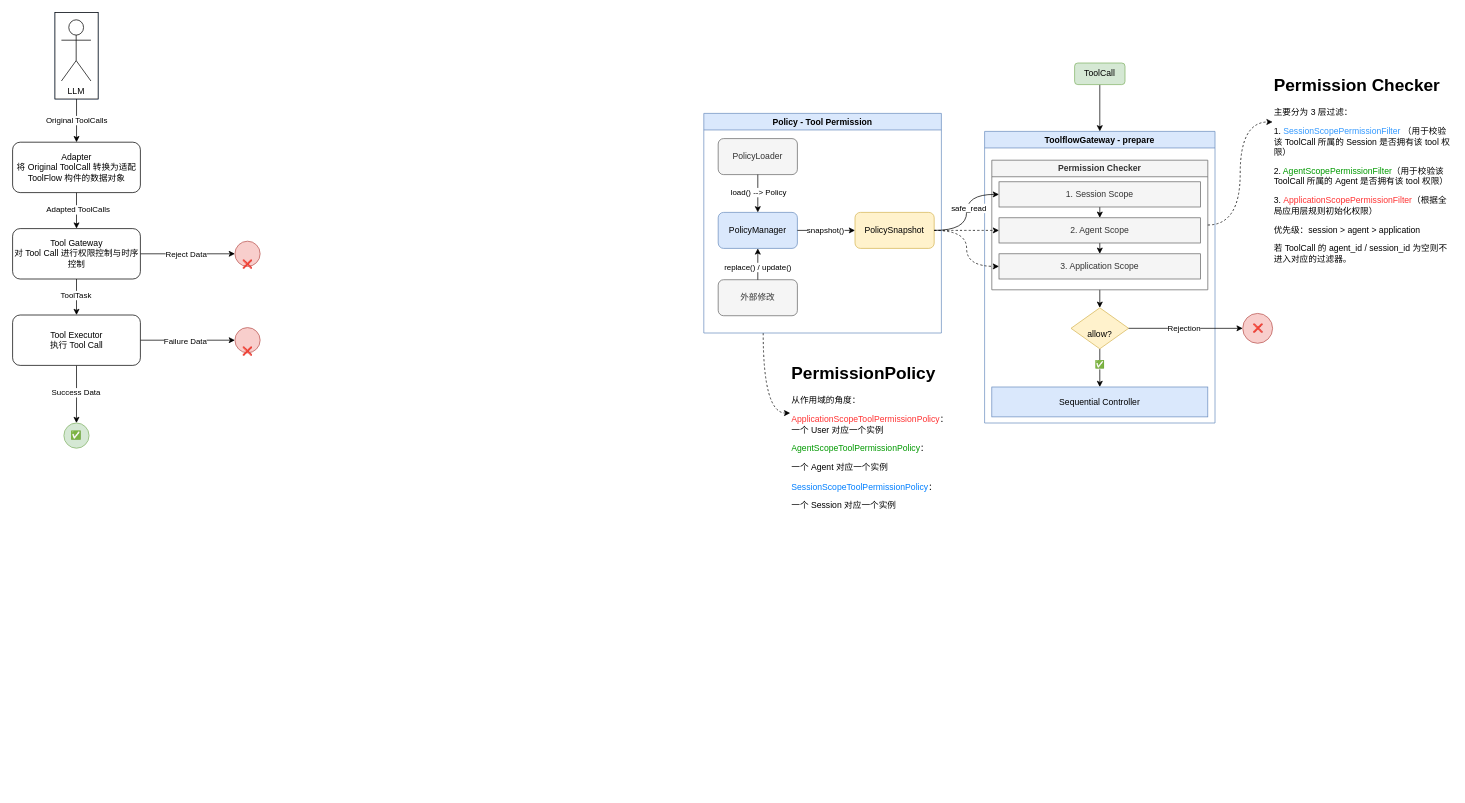
Phantom-Algo/Toolflow keeps this draw.io diagram as docs/infrastructure/drawio/系统架构图.drawio. Above is the earlier version. Source tidied: cells renumbered, new cells numbered last; positions are measured from the earlier drawing's top-left corner, leaving out a move shared by most shapes. Both pictures are drawn from the tidied source at 72%, with x=0, y=0 at pixel (12, 12).
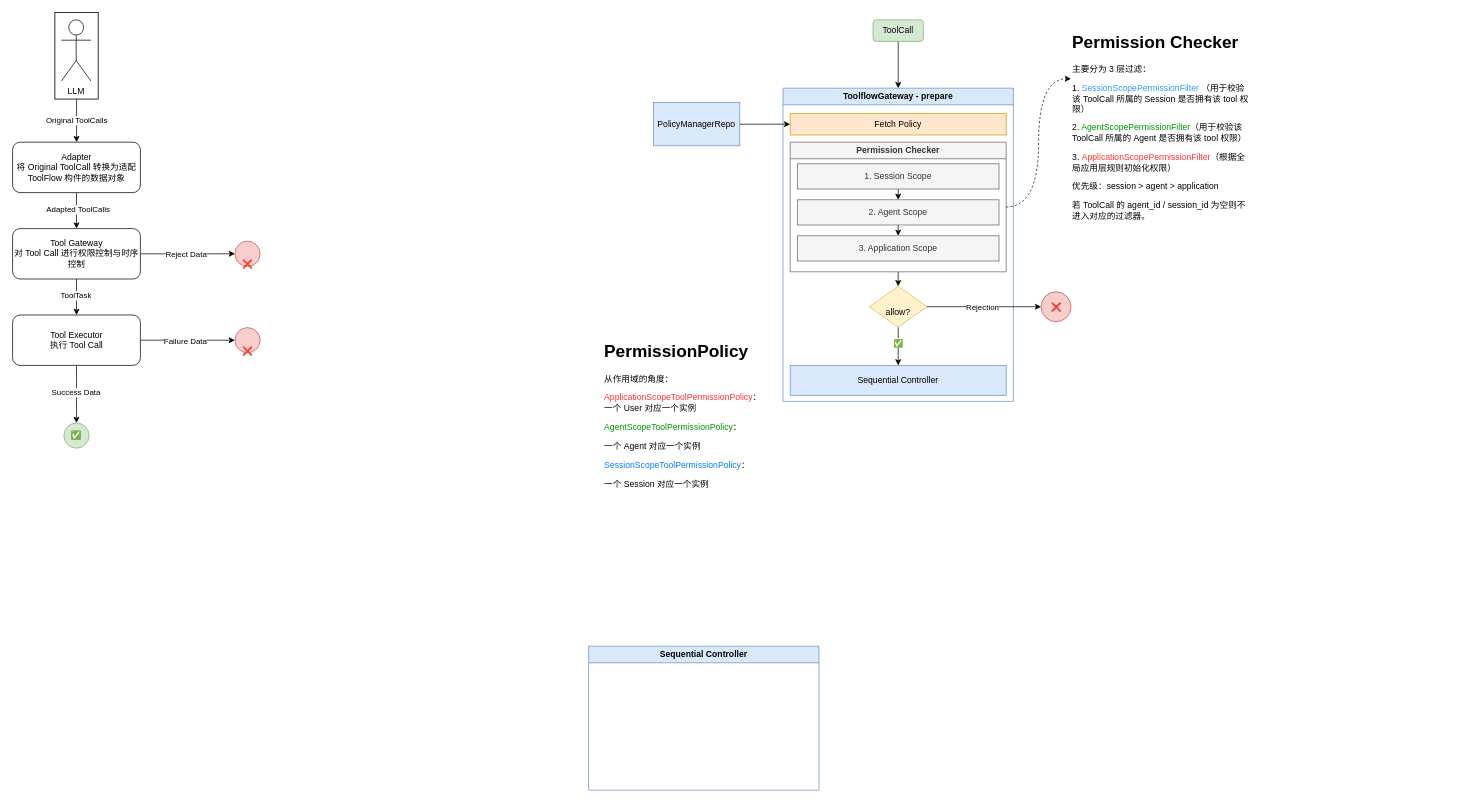
Above is the later version.

The change refers to these unchanged cells:
```xml
<mxCell id="41" value="2. Agent Scope" style="rounded=0;whiteSpace=wrap;html=1;fillColor=#f5f5f5;fontColor=#333333;strokeColor=#666666;" parent="39" vertex="1">
  <mxGeometry x="10" y="80" width="280" height="35" as="geometry" />
</mxCell>
<mxCell id="42" value="3. Application Scope" style="rounded=0;whiteSpace=wrap;html=1;fillColor=#f5f5f5;fontColor=#333333;strokeColor=#666666;" parent="39" vertex="1">
  <mxGeometry x="10" y="130" width="280" height="35" as="geometry" />
</mxCell>
<mxCell id="44" value="1. Session Scope" style="rounded=0;whiteSpace=wrap;html=1;fillColor=#f5f5f5;fontColor=#333333;strokeColor=#666666;" parent="39" vertex="1">
  <mxGeometry x="10" y="30" width="280" height="35" as="geometry" />
</mxCell>
```

What changed in the source:
```diff
@@
-    <mxCell id="2" style="edgeStyle=orthogonalEdgeStyle;rounded=0;jettySize=auto;html=1;exitX=0.25;exitY=1;exitDx=0;exitDy=0;entryX=0;entryY=0.25;entryDx=0;entryDy=0;curved=1;dashed=1;" parent="1" edge="1" source="3" target="55">
-      <mxGeometry relative="1" as="geometry" />
-    </mxCell>
-    <mxCell id="3" value="Policy - Tool Permission" style="swimlane;whiteSpace=wrap;html=1;fillColor=#dae8fc;strokeColor=#6c8ebf;" parent="1" vertex="1">
-      <mxGeometry x="960" y="140" width="330" height="305" as="geometry" />
-    </mxCell>
-    <mxCell id="4" value="PolicyLoader" style="rounded=1;whiteSpace=wrap;html=1;fillColor=#f5f5f5;strokeColor=#666666;fontColor=#333333;" parent="3" vertex="1">
-      <mxGeometry x="20" y="35" width="110" height="50" as="geometry" />
-    </mxCell>
-    <mxCell id="5" value="PolicyManager" style="rounded=1;whiteSpace=wrap;html=1;fillColor=#dae8fc;strokeColor=#6c8ebf;" parent="3" vertex="1">
-      <mxGeometry x="20" y="137.5" width="110" height="50" as="geometry" />
-    </mxCell>
-    <mxCell id="6" style="edgeStyle=orthogonalEdgeStyle;rounded=0;jettySize=auto;html=1;exitX=0.5;exitY=1;exitDx=0;exitDy=0;" parent="3" edge="1" source="4" target="5">
-      <mxGeometry relative="1" as="geometry" />
-    </mxCell>
-    <mxCell id="7" value="load() --&amp;gt; Policy" style="edgeLabel;html=1;align=center;verticalAlign=middle;" parent="6" vertex="1">
-      <mxGeometry x="-0.08" relative="1" as="geometry" />
-    </mxCell>
-    <mxCell id="8" value="外部修改" style="rounded=1;whiteSpace=wrap;html=1;fillColor=#f5f5f5;strokeColor=#666666;fontColor=#333333;" parent="3" vertex="1">
-      <mxGeometry x="20" y="231" width="110" height="50" as="geometry" />
-    </mxCell>
-    <mxCell id="9" style="edgeStyle=orthogonalEdgeStyle;rounded=0;jettySize=auto;html=1;exitX=0.5;exitY=0;exitDx=0;exitDy=0;" parent="3" edge="1" source="8" target="5">
-      <mxGeometry relative="1" as="geometry" />
-    </mxCell>
-    <mxCell id="10" value="replace() / update()" style="edgeLabel;html=1;align=center;verticalAlign=middle;" parent="9" vertex="1">
-      <mxGeometry x="-0.15" y="1" relative="1" as="geometry" />
-    </mxCell>
-    <mxCell id="11" value="PolicySnapshot" style="rounded=1;whiteSpace=wrap;html=1;fillColor=#fff2cc;strokeColor=#d6b656;" parent="3" vertex="1">
-      <mxGeometry x="210" y="137.5" width="110" height="50" as="geometry" />
-    </mxCell>
-    <mxCell id="12" style="edgeStyle=orthogonalEdgeStyle;rounded=0;jettySize=auto;html=1;exitX=1;exitY=0.5;exitDx=0;exitDy=0;entryX=0;entryY=0.5;entryDx=0;entryDy=0;" parent="3" edge="1" source="5" target="11">
-      <mxGeometry relative="1" as="geometry" />
-    </mxCell>
-    <mxCell id="13" value="snapshot()" style="edgeLabel;html=1;align=center;verticalAlign=middle;" parent="12" vertex="1">
-      <mxGeometry x="-0.06" relative="1" as="geometry" />
-    </mxCell>
@@
     <mxCell id="36" value="ToolCall" style="rounded=1;whiteSpace=wrap;html=1;fillColor=#d5e8d4;strokeColor=#82b366;" parent="1" vertex="1">
-      <mxGeometry x="1475" y="70" width="70" height="30" as="geometry" />
+      <mxGeometry x="1195" y="10" width="70" height="30" as="geometry" />
     </mxCell>
     <mxCell id="37" value="ToolflowGateway - prepare" style="swimlane;whiteSpace=wrap;html=1;fillColor=#dae8fc;strokeColor=#6c8ebf;" parent="1" vertex="1">
-      <mxGeometry x="1350" y="165" width="320" height="405" as="geometry" />
+      <mxGeometry x="1070" y="105" width="320" height="435" as="geometry" />
     </mxCell>
@@
     <mxCell id="39" value="Permission Checker" style="swimlane;whiteSpace=wrap;html=1;fillColor=#f5f5f5;fontColor=#333333;strokeColor=#666666;" parent="37" vertex="1">
-      <mxGeometry x="10" y="40" width="300" height="180" as="geometry" />
+      <mxGeometry x="10" y="75" width="300" height="180" as="geometry" />
     </mxCell>
@@
     <mxCell id="47" value="&lt;div&gt;&lt;br&gt;&lt;/div&gt;&lt;div&gt;allow?&lt;/div&gt;" style="rhombus;whiteSpace=wrap;html=1;shapeInside=1;fillColor=#fff2cc;strokeColor=#d6b656;" parent="37" vertex="1">
-      <mxGeometry x="120" y="245" width="80" height="57" as="geometry" />
+      <mxGeometry x="120" y="275" width="80" height="57" as="geometry" />
     </mxCell>
     <mxCell id="48" value="Sequential Controller" style="rounded=0;whiteSpace=wrap;html=1;fillColor=#dae8fc;strokeColor=#6c8ebf;" parent="37" vertex="1">
-      <mxGeometry x="10" y="355" width="300" height="41.5" as="geometry" />
+      <mxGeometry x="10" y="385" width="300" height="41.5" as="geometry" />
     </mxCell>
+    <mxCell id="59" value="Fetch Policy" style="rounded=0;whiteSpace=wrap;html=1;fillColor=#ffe6cc;strokeColor=#d79b00;" parent="37" vertex="1">
+      <mxGeometry x="10" y="35" width="300" height="30" as="geometry" />
+    </mxCell>
     <mxCell id="49" value="&lt;h1 style=&quot;margin-top: 0px;&quot;&gt;Permission Checker&lt;/h1&gt;&lt;p&gt;主要分为 3 层过滤：&lt;/p&gt;&lt;p&gt;1.&amp;nbsp;&lt;span style=&quot;color: rgb(51, 153, 255); background-color: transparent;&quot;&gt;SessionScopePermissionFilter &lt;/span&gt;&lt;span style=&quot;background-color: transparent; color: light-dark(rgb(0, 0, 0), rgb(255, 255, 255));&quot;&gt;（&lt;/span&gt;用于校验该 ToolCall 所属的 Session 是否拥有该 tool 权限&lt;span style=&quot;background-color: transparent; color: light-dark(rgb(0, 0, 0), rgb(255, 255, 255));&quot;&gt;）&lt;/span&gt;&lt;/p&gt;&lt;p&gt;2. &lt;span style=&quot;color: rgb(0, 153, 0);&quot;&gt;AgentScopePermissionFilter&lt;/span&gt;（用于校验该 ToolCall 所属的 Agent 是否拥有该 tool 权限）&lt;/p&gt;&lt;p&gt;3.&amp;nbsp;&lt;span style=&quot;color: rgb(255, 51, 51); background-color: transparent;&quot;&gt;ApplicationScopePermissionFilter&lt;/span&gt;&lt;span style=&quot;background-color: transparent; color: light-dark(rgb(0, 0, 0), rgb(255, 255, 255));&quot;&gt;（&lt;/span&gt;&lt;span style=&quot;background-color: transparent; color: light-dark(rgb(0, 0, 0), rgb(255, 255, 255));&quot;&gt;根据全局应用层规则初始化权限&lt;/span&gt;&lt;span style=&quot;background-color: transparent; color: light-dark(rgb(0, 0, 0), rgb(255, 255, 255));&quot;&gt;）&lt;/span&gt;&lt;/p&gt;&lt;p&gt;优先级：session &amp;gt; agent &amp;gt; application&lt;/p&gt;&lt;p&gt;若 ToolCall 的 agent_id / session_id 为空则不进入对应的过滤器。&lt;/p&gt;" style="text;html=1;whiteSpace=wrap;overflow=hidden;rounded=0;" parent="1" vertex="1">
-      <mxGeometry x="1750" y="80" width="250" height="287.5" as="geometry" />
+      <mxGeometry x="1470" y="20" width="250" height="287.5" as="geometry" />
     </mxCell>
@@
-    <mxCell id="51" style="edgeStyle=orthogonalEdgeStyle;rounded=0;jettySize=auto;html=1;exitX=1;exitY=0.5;exitDx=0;exitDy=0;entryX=0;entryY=0.5;entryDx=0;entryDy=0;curved=1;" parent="1" edge="1" source="11" target="44">
-      <mxGeometry relative="1" as="geometry" />
-    </mxCell>
-    <mxCell id="52" value="safe_read" style="edgeLabel;html=1;align=center;verticalAlign=middle;" parent="51" vertex="1">
-      <mxGeometry x="-0.1" relative="1" as="geometry">
-        <mxPoint x="2" y="-13" as="offset" />
-      </mxGeometry>
-    </mxCell>
-    <mxCell id="53" style="edgeStyle=orthogonalEdgeStyle;rounded=0;jettySize=auto;html=1;exitX=1;exitY=0.5;exitDx=0;exitDy=0;entryX=0;entryY=0.5;entryDx=0;entryDy=0;dashed=1;curved=1;" parent="1" edge="1" source="11" target="41">
-      <mxGeometry relative="1" as="geometry" />
-    </mxCell>
-    <mxCell id="54" style="edgeStyle=orthogonalEdgeStyle;rounded=0;jettySize=auto;html=1;exitX=1;exitY=0.5;exitDx=0;exitDy=0;entryX=0;entryY=0.5;entryDx=0;entryDy=0;curved=1;dashed=1;" parent="1" edge="1" source="11" target="42">
-      <mxGeometry relative="1" as="geometry" />
-    </mxCell>
     <mxCell id="55" value="&lt;h1 style=&quot;margin-top: 0px;&quot;&gt;PermissionPolicy&lt;/h1&gt;&lt;p&gt;从作用域的角度：&lt;/p&gt;&lt;p&gt;&lt;span style=&quot;color: rgb(255, 51, 51);&quot;&gt;ApplicationScopeToolPermissionPolicy&lt;/span&gt;：一个 User 对应一个实例&lt;/p&gt;&lt;p&gt;&lt;span style=&quot;color: rgb(0, 153, 0);&quot;&gt;AgentScopeToolPermissionPolicy&lt;/span&gt;：&lt;/p&gt;&lt;p&gt;一个 Agent 对应一个实例&lt;/p&gt;&lt;p&gt;&lt;span style=&quot;color: rgb(0, 127, 255);&quot;&gt;SessionScopeToolPermissionPolicy&lt;/span&gt;：&lt;/p&gt;&lt;p&gt;一个 Session 对应一个实例&lt;/p&gt;" style="text;html=1;whiteSpace=wrap;overflow=hidden;rounded=0;" parent="1" vertex="1">
-      <mxGeometry x="1080" y="480" width="220" height="305" as="geometry" />
+      <mxGeometry x="820" y="450" width="220" height="305" as="geometry" />
     </mxCell>
     <mxCell id="56" value="❌" style="ellipse;whiteSpace=wrap;html=1;shapeInside=1;fillColor=#f8cecc;strokeColor=#b85450;" parent="1" vertex="1">
-      <mxGeometry x="1708.5" y="417.8" width="41.5" height="41.5" as="geometry" />
+      <mxGeometry x="1428.5" y="387.8" width="41.5" height="41.5" as="geometry" />
     </mxCell>
@@
+    <mxCell id="60" value="Sequential Controller" style="swimlane;whiteSpace=wrap;html=1;fillColor=#dae8fc;strokeColor=#6c8ebf;" parent="1" vertex="1">
+      <mxGeometry x="800" y="880" width="320" height="200" as="geometry" />
+    </mxCell>
+    <mxCell id="61" style="edgeStyle=orthogonalEdgeStyle;rounded=0;jettySize=auto;html=1;exitX=1;exitY=0.5;exitDx=0;exitDy=0;entryX=0;entryY=0.5;entryDx=0;entryDy=0;" parent="1" edge="1" source="62" target="59">
+      <mxGeometry relative="1" as="geometry" />
+    </mxCell>
+    <mxCell id="62" value="PolicyManagerRepo" style="rounded=0;whiteSpace=wrap;html=1;fillColor=#dae8fc;strokeColor=#6c8ebf;" parent="1" vertex="1">
+      <mxGeometry x="890" y="125" width="120" height="60" as="geometry" />
+    </mxCell>
```
